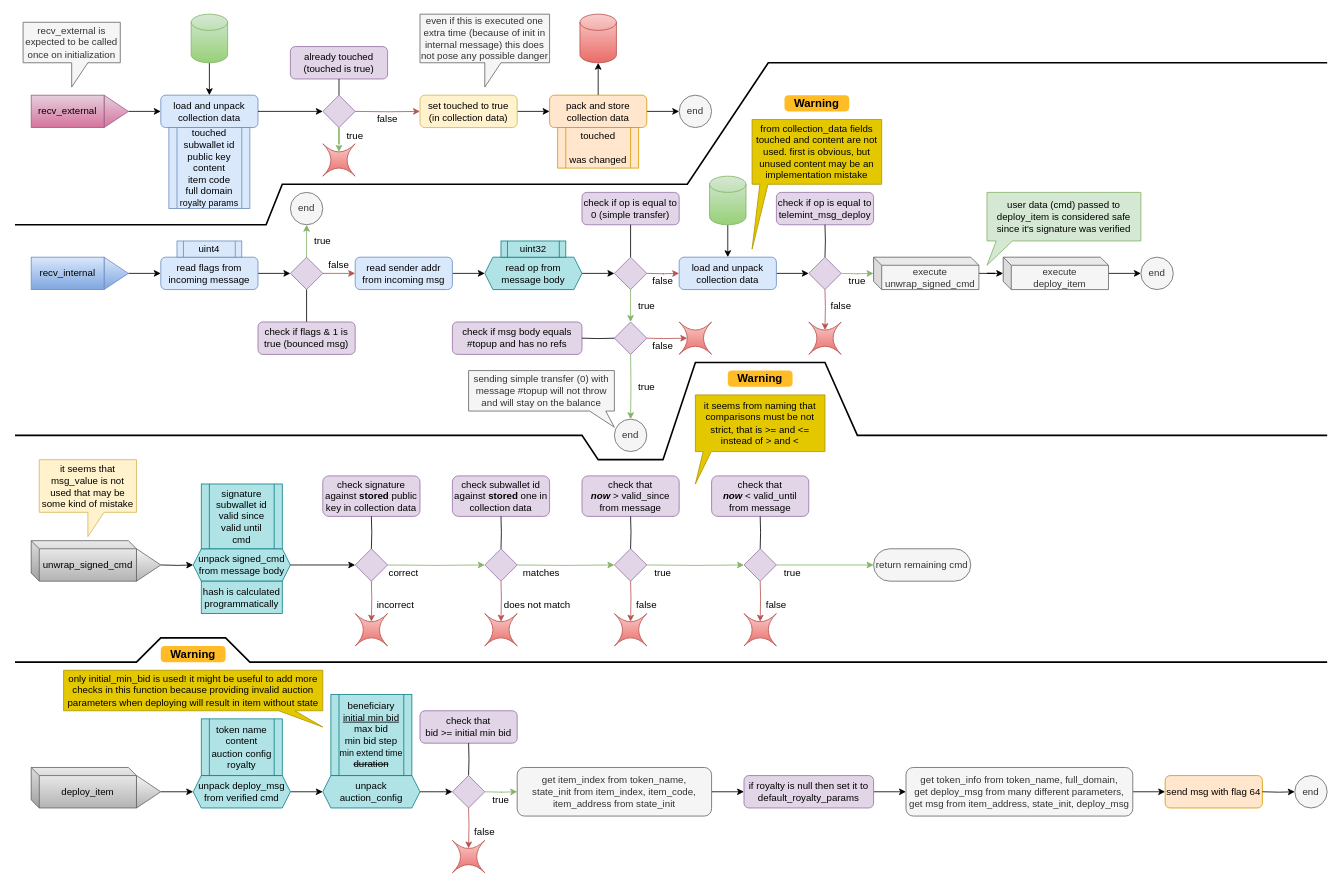
This is page "Collection" (1 of 2) of docs/execution-flow.drawio from TelegramMessenger/telemint, a draw.io file, before an edit. Source tidied: cells renumbered, new cells numbered last; positions are measured from the earlier drawing's top-left corner, leaving out a move shared by most shapes. Both pictures are drawn from the tidied source at 81%, with x=0, y=0 at pixel (15, 14).
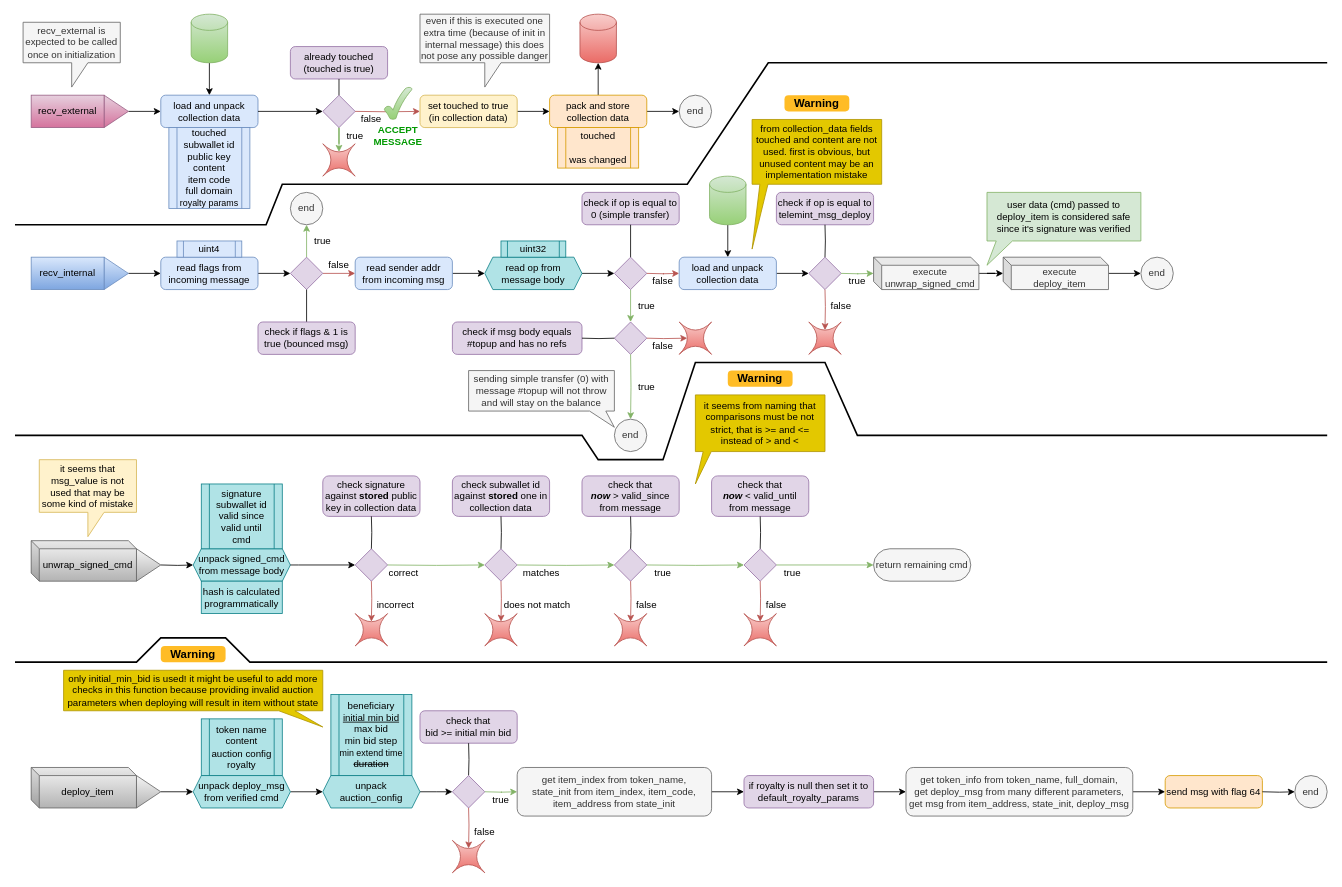
The same diagram, later.

Commit message (it also covers changes not shown here):
Partial execution and data flow analysis for item

The edit, as a diff of the source:
```diff
@@
     <mxCell id="124" value="false" style="text;html=1;strokeColor=none;fillColor=none;align=center;verticalAlign=middle;whiteSpace=wrap;rounded=0;" parent="1" vertex="1">
-      <mxGeometry x="440" y="120" width="40" height="20" as="geometry" />
+      <mxGeometry x="420" y="120" width="40" height="20" as="geometry" />
     </mxCell>
@@
+    <mxCell id="159" style="verticalLabelPosition=bottom;verticalAlign=top;html=1;shape=mxgraph.basic.tick;fontSize=11;fillColor=#d5e8d4;gradientColor=#97d077;strokeColor=#82b366;" parent="1" vertex="1">
+      <mxGeometry x="456" y="90" width="34" height="40" as="geometry" />
+    </mxCell>
+    <mxCell id="160" value="ACCEPT MESSAGE" style="text;html=1;strokeColor=none;fillColor=none;align=center;verticalAlign=middle;whiteSpace=wrap;rounded=0;fontSize=12;fontColor=#009900;fontStyle=1;shadow=0;sketch=0;glass=0;" parent="1" vertex="1">
+      <mxGeometry x="443" y="135" width="60" height="30" as="geometry" />
+    </mxCell>
```
